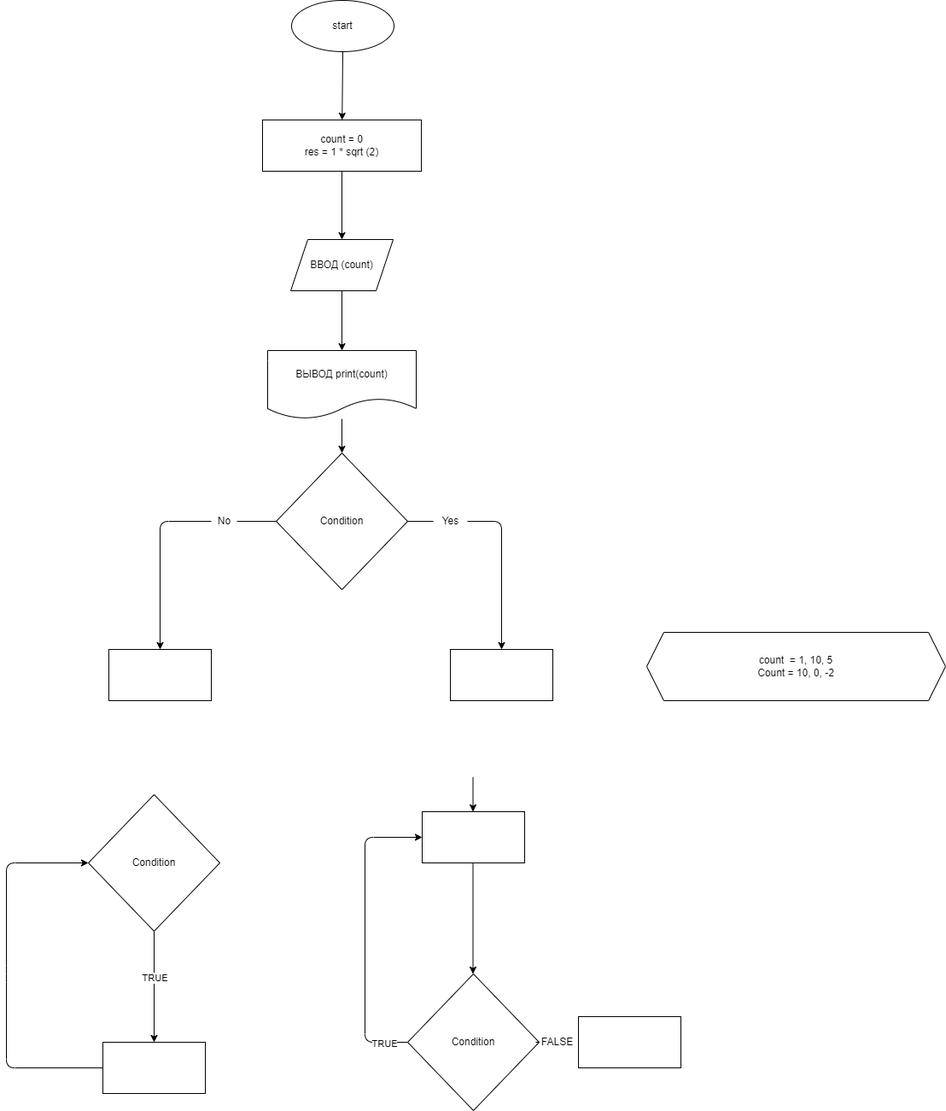
Before: ex001.drawio.png, a diagram exported from draw.io (RomanOsad/-1). Source tidied: cells renumbered, new cells last; positions are measured from the earlier drawing's top-left corner, leaving out a move shared by most shapes.
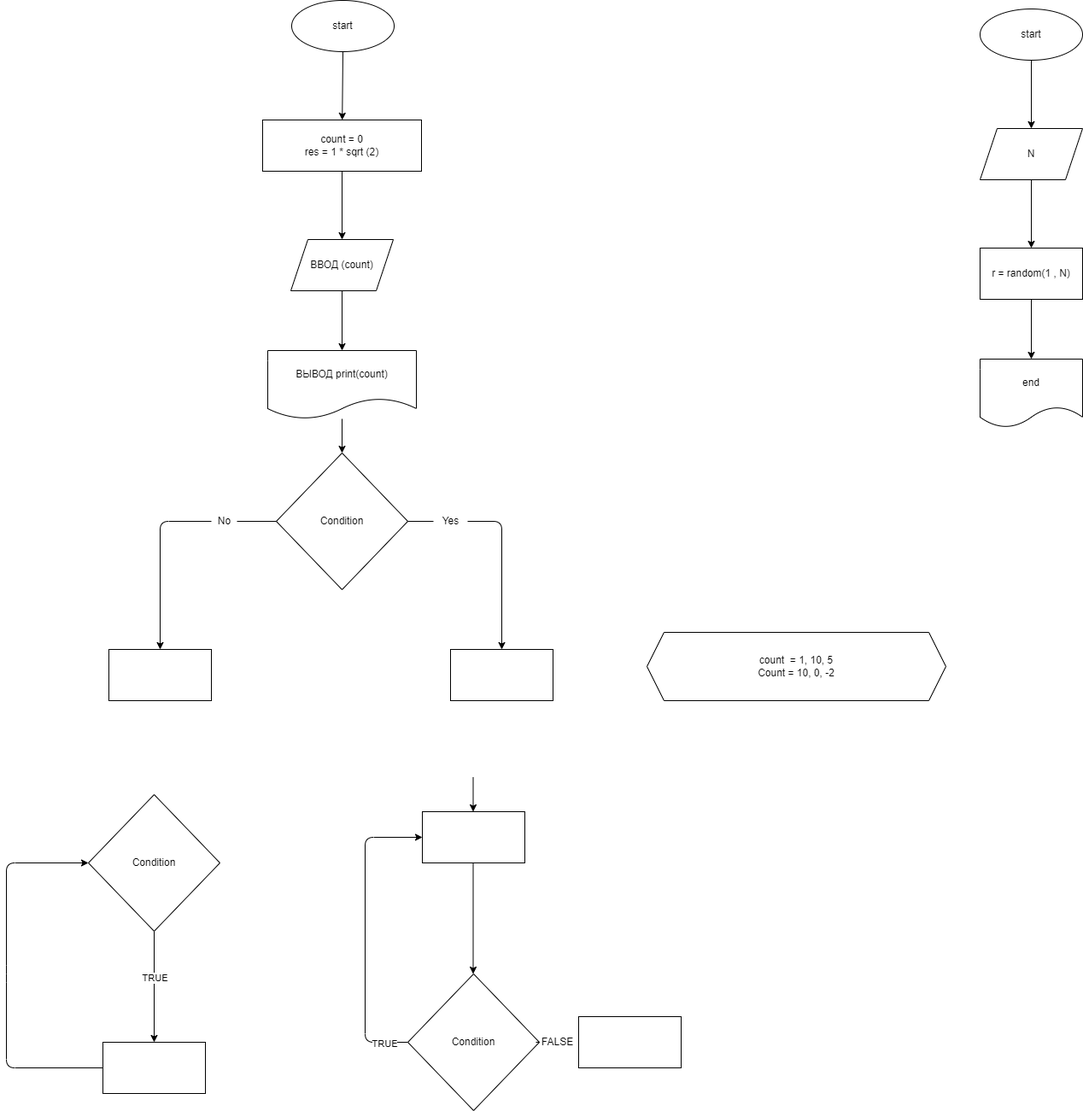
The same file after the commit.

What changed in the source:
```diff
@@ -130,5 +130,26 @@
     <mxCell id="34" value="count&amp;nbsp; = 1, 10, 5&lt;br&gt;Count = 10, 0, -2" style="shape=hexagon;perimeter=hexagonPerimeter2;whiteSpace=wrap;html=1;fixedSize=1;" parent="1" vertex="1">
       <mxGeometry x="750" y="740" width="350" height="80" as="geometry" />
     </mxCell>
+    <mxCell id="35" style="edgeStyle=none;html=1;" parent="1" edge="1" source="36" target="38">
+      <mxGeometry relative="1" as="geometry" />
+    </mxCell>
+    <mxCell id="36" value="start" style="ellipse;whiteSpace=wrap;html=1;" parent="1" vertex="1">
+      <mxGeometry x="1140" y="10" width="120" height="60" as="geometry" />
+    </mxCell>
+    <mxCell id="37" style="edgeStyle=none;html=1;" parent="1" edge="1" source="38" target="40">
+      <mxGeometry relative="1" as="geometry" />
+    </mxCell>
+    <mxCell id="38" value="N" style="shape=parallelogram;perimeter=parallelogramPerimeter;whiteSpace=wrap;html=1;fixedSize=1;" parent="1" vertex="1">
+      <mxGeometry x="1140" y="150" width="120" height="60" as="geometry" />
+    </mxCell>
+    <mxCell id="39" style="edgeStyle=none;html=1;" parent="1" edge="1" source="40" target="41">
+      <mxGeometry relative="1" as="geometry" />
+    </mxCell>
+    <mxCell id="40" value="r = random(1 , N)" style="whiteSpace=wrap;html=1;" parent="1" vertex="1">
+      <mxGeometry x="1140" y="290" width="120" height="60" as="geometry" />
+    </mxCell>
+    <mxCell id="41" value="end" style="shape=document;whiteSpace=wrap;html=1;boundedLbl=1;" parent="1" vertex="1">
+      <mxGeometry x="1140" y="420" width="120" height="80" as="geometry" />
+    </mxCell>
   </root>
 </mxGraphModel>
```
